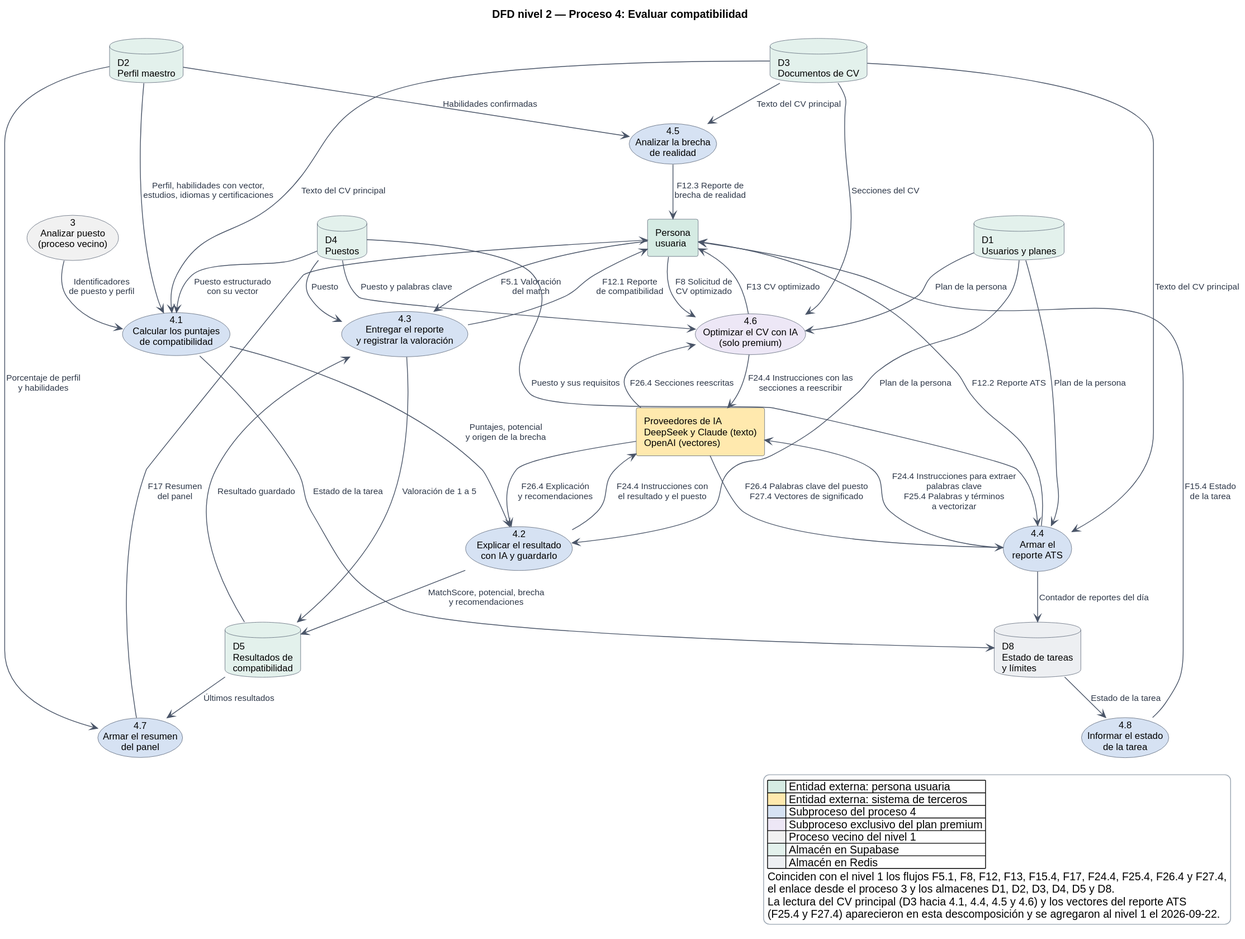
Above: docs/diagramas/dfd-nivel-2-proceso-4.svg in Buatishi/Jobby (PlantUML), before the change. The source it was exported from:
```plantuml
@startuml
!pragma layout smetana
top to bottom direction
skinparam shadowing false
skinparam defaultFontName Arial
skinparam defaultFontSize 12
skinparam ArrowColor #4A5568
skinparam ArrowFontSize 11
skinparam ArrowFontColor #2D3748
skinparam RectangleBorderColor #4A5568
skinparam UsecaseBorderColor #4A5568
skinparam DatabaseBorderColor #4A5568
skinparam legendBackgroundColor #FFFFFF
skinparam legendBorderColor #9AA5B1

title DFD nivel 2 — Proceso 4: Evaluar compatibilidad

rectangle "Persona\nusuaria" as U #D5EBE3
rectangle "Proveedores de IA\nDeepSeek y Claude (texto)\nOpenAI (vectores)" as IA #FFE9AE
usecase "3\nAnalizar puesto\n(proceso vecino)" as P3 #F1F1F1

usecase "4.1\nCalcular los puntajes\nde compatibilidad" as P41 #D6E2F3
usecase "4.2\nExplicar el resultado\ncon IA y guardarlo" as P42 #D6E2F3
usecase "4.3\nEntregar el reporte\ny registrar la valoración" as P43 #D6E2F3
usecase "4.4\nArmar el\nreporte ATS" as P44 #D6E2F3
usecase "4.5\nAnalizar la brecha\nde realidad" as P45 #D6E2F3
usecase "4.6\nOptimizar el CV con IA\n(solo premium)" as P46 #EDE7F6
usecase "4.7\nArmar el resumen\ndel panel" as P47 #D6E2F3
usecase "4.8\nInformar el estado\nde la tarea" as P48 #D6E2F3

database "D1\nUsuarios y planes" as D1 #E3F1EC
database "D2\nPerfil maestro" as D2 #E3F1EC
database "D3\nDocumentos de CV" as D3 #E3F1EC
database "D4\nPuestos" as D4 #E3F1EC
database "D5\nResultados de\ncompatibilidad" as D5 #E3F1EC
database "D8\nEstado de tareas\ny límites" as D8 #EDEFF2

P3 --> P41 : Identificadores\nde puesto y perfil
D2 --> P41 : Perfil, habilidades con vector,\nestudios, idiomas y certificaciones
D4 --> P41 : Puesto estructurado\ncon su vector
D3 --> P41 : Texto del CV principal
P41 --> D8 : Estado de la tarea
P41 --> P42 : Puntajes, potencial\ny origen de la brecha

D1 --> P42 : Plan de la persona
P42 --> IA : F24.4 Instrucciones con\nel resultado y el puesto
IA --> P42 : F26.4 Explicación\ny recomendaciones
P42 --> D5 : MatchScore, potencial, brecha\ny recomendaciones

D5 --> P43 : Resultado guardado
D4 --> P43 : Puesto
U --> P43 : F5.1 Valoración\ndel match
P43 --> D5 : Valoración de 1 a 5
P43 --> U : F12.1 Reporte\nde compatibilidad

D4 --> P44 : Puesto y sus requisitos
D3 --> P44 : Texto del CV principal
D1 --> P44 : Plan de la persona
P44 --> D8 : Contador de reportes del día
P44 --> IA : F24.4 Instrucciones para extraer\npalabras clave\nF25.4 Palabras y términos\na vectorizar
IA --> P44 : F26.4 Palabras clave del puesto\nF27.4 Vectores de significado
P44 --> U : F12.2 Reporte ATS

D2 --> P45 : Habilidades confirmadas
D3 --> P45 : Texto del CV principal
P45 --> U : F12.3 Reporte de\nbrecha de realidad

U --> P46 : F8 Solicitud de\nCV optimizado
D1 --> P46 : Plan de la persona
D3 --> P46 : Secciones del CV
D4 --> P46 : Puesto y palabras clave
P46 --> IA : F24.4 Instrucciones con las\nsecciones a reescribir
IA --> P46 : F26.4 Secciones reescritas
P46 --> U : F13 CV optimizado

D2 --> P47 : Porcentaje de perfil\ny habilidades
D5 --> P47 : Últimos resultados
P47 --> U : F17 Resumen\ndel panel

D8 --> P48 : Estado de la tarea
P48 --> U : F15.4 Estado\nde la tarea

legend right
  |<#D5EBE3>      | Entidad externa: persona usuaria |
  |<#FFE9AE>      | Entidad externa: sistema de terceros |
  |<#D6E2F3>      | Subproceso del proceso 4 |
  |<#EDE7F6>      | Subproceso exclusivo del plan premium |
  |<#F1F1F1>      | Proceso vecino del nivel 1 |
  |<#E3F1EC>      | Almacén en Supabase |
  |<#EDEFF2>      | Almacén en Redis |
  Coinciden con el nivel 1 los flujos F5.1, F8, F12, F13, F15.4, F17, F24.4, F25.4, F26.4 y F27.4,
  el enlace desde el proceso 3 y los almacenes D1, D2, D3, D4, D5 y D8.
  La lectura del CV principal (D3 hacia 4.1, 4.4, 4.5 y 4.6) y los vectores del reporte ATS
  (F25.4 y F27.4) aparecieron en esta descomposición y se agregaron al nivel 1 el 2026-09-22.
endlegend
@enduml
```
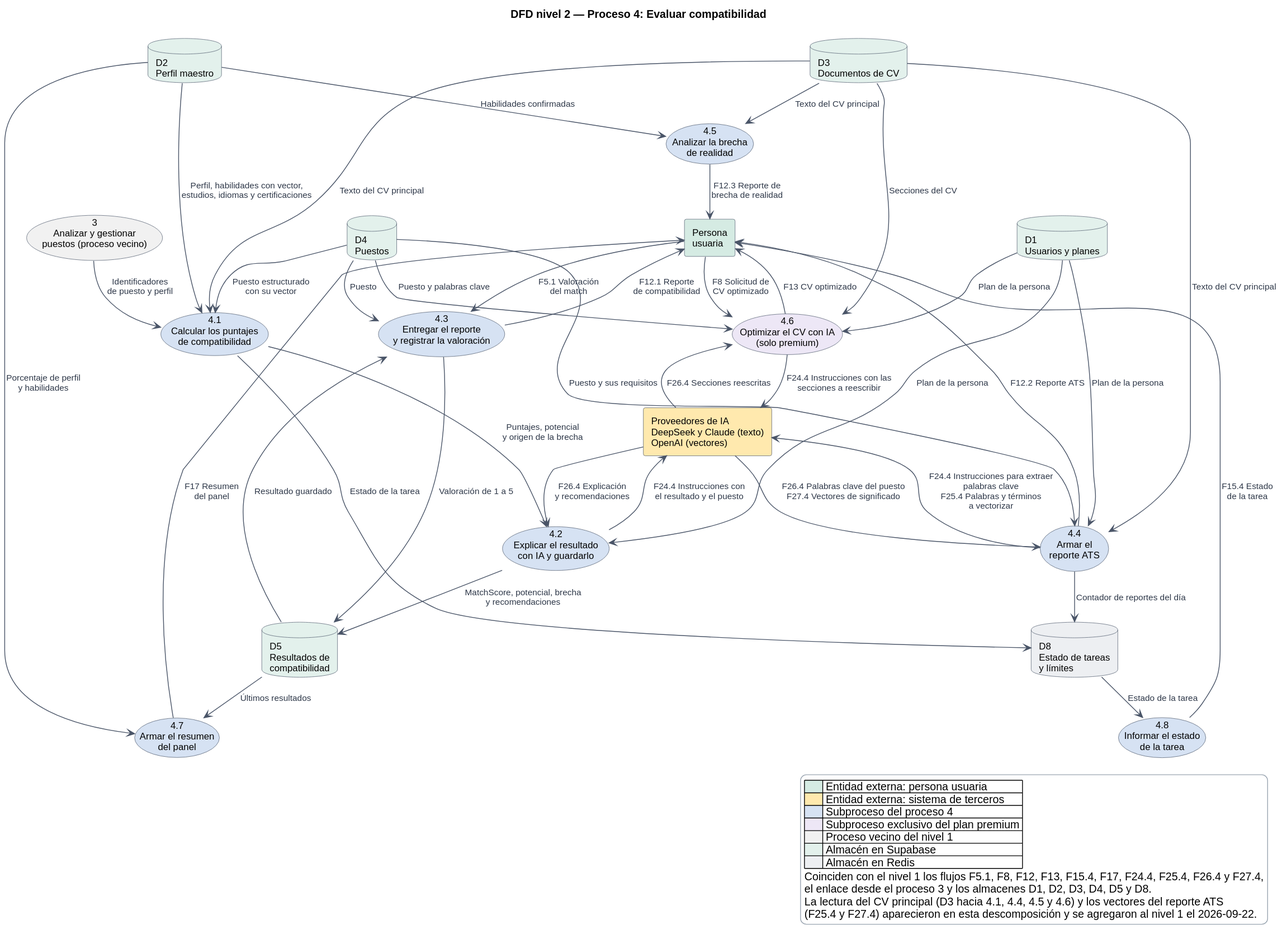
Later version of the same file.

Diff of the diagram source:
```diff
@@ -17,7 +17,7 @@
 
 rectangle "Persona\nusuaria" as U #D5EBE3
 rectangle "Proveedores de IA\nDeepSeek y Claude (texto)\nOpenAI (vectores)" as IA #FFE9AE
-usecase "3\nAnalizar puesto\n(proceso vecino)" as P3 #F1F1F1
+usecase "3\nAnalizar y gestionar\npuestos (proceso vecino)" as P3 #F1F1F1
 
 usecase "4.1\nCalcular los puntajes\nde compatibilidad" as P41 #D6E2F3
 usecase "4.2\nExplicar el resultado\ncon IA y guardarlo" as P42 #D6E2F3
```
